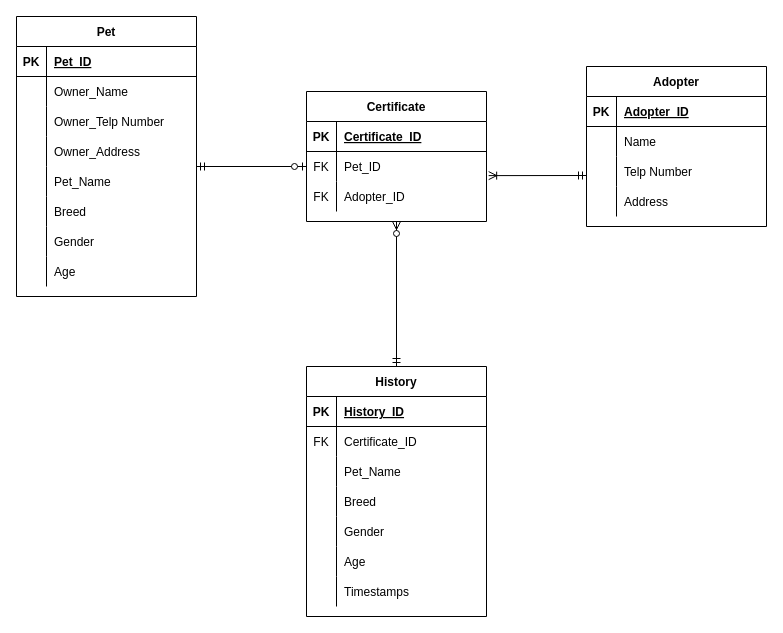
This is page "Page-1" (1 of 2) of Untitled Diagram.drawio from arba2401/TugasAkhirBasdat, a draw.io file, before an edit. Source tidied: cells renumbered, new cells numbered last; positions are measured from the earlier drawing's top-left corner, leaving out a move shared by most shapes. Both pictures are drawn from the tidied source at 100%, with x=0, y=0 at pixel (16, 16).
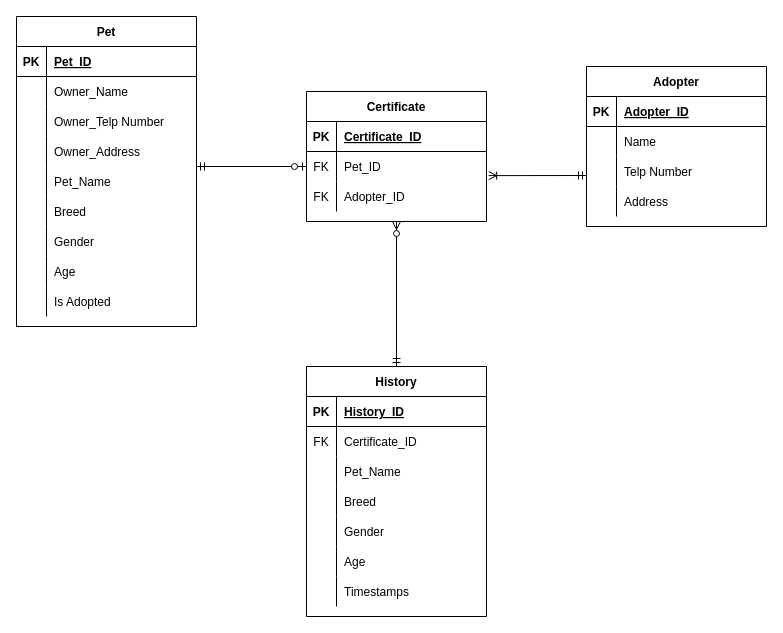
After the change.

Diff of the diagram source:
```diff
@@
     <mxCell id="2" value="Pet" style="shape=table;startSize=30;childLayout=tableLayout;rowLines=0;fontStyle=1;align=center;" parent="1" vertex="1">
-      <mxGeometry width="180" height="280" as="geometry" />
+      <mxGeometry width="180" height="310" as="geometry" />
     </mxCell>
@@
+    <mxCell id="75" style="shape=partialRectangle;fillColor=none;top=0;left=0;bottom=0;right=0;" parent="2" vertex="1">
+      <mxGeometry y="270" width="180" height="30" as="geometry" />
+    </mxCell>
+    <mxCell id="76" style="shape=partialRectangle;fillColor=none;top=0;left=0;bottom=0;right=0;overflow=hidden;" parent="75" vertex="1">
+      <mxGeometry width="30" height="30" as="geometry" />
+    </mxCell>
+    <mxCell id="77" value="Is Adopted" style="shape=partialRectangle;fillColor=none;top=0;left=0;bottom=0;right=0;align=left;spacingLeft=6;overflow=hidden;" parent="75" vertex="1">
+      <mxGeometry x="30" width="150" height="30" as="geometry" />
+    </mxCell>
```
